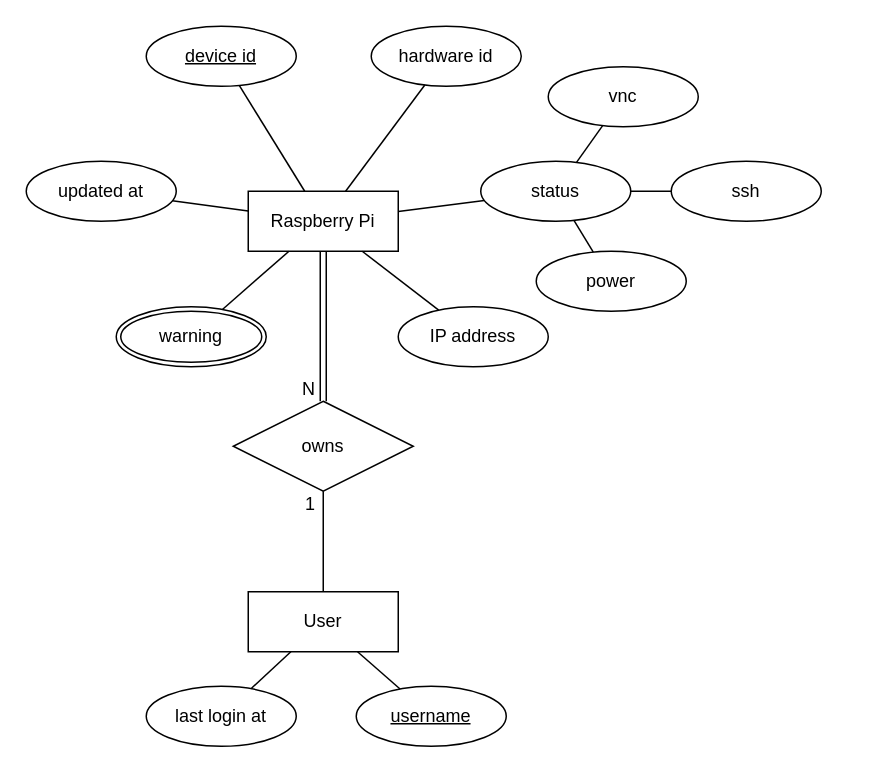
B-McDonnell/autopi keeps this draw.io diagram as docs/diagrams/erd.drawio. Above is the earlier version. Source tidied: cells renumbered, new cells numbered last; positions are measured from the earlier drawing's top-left corner, leaving out a move shared by most shapes. Both pictures are drawn from the tidied source at 150%, with x=0, y=0 at pixel (26, 26).
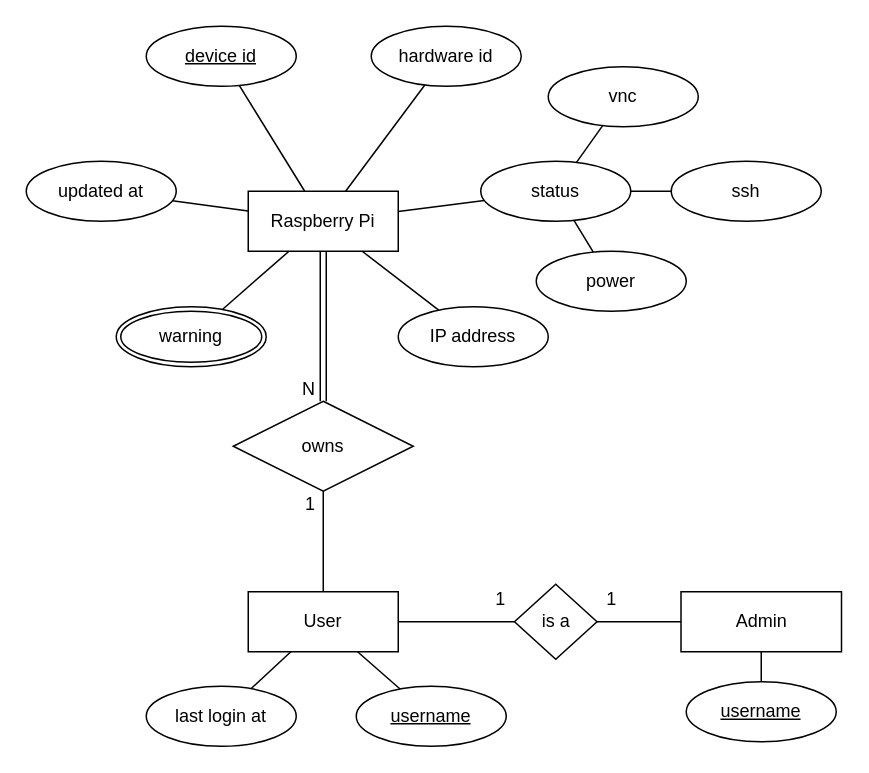
The same page after the edit.

Commit message:
Update ERD diagram

The change refers to these unchanged cells:
```xml
<mxCell id="3" value="User" style="whiteSpace=wrap;html=1;align=center;" parent="1" vertex="1">
  <mxGeometry x="148" y="377" width="100" height="40" as="geometry" />
</mxCell>
```

What changed in the source:
```diff
@@
+    <mxCell id="31" value="Admin" style="rounded=0;whiteSpace=wrap;html=1;" parent="1" vertex="1">
+      <mxGeometry x="436.5" y="377" width="107" height="40" as="geometry" />
+    </mxCell>
+    <mxCell id="32" value="username" style="ellipse;whiteSpace=wrap;html=1;align=center;fontStyle=4;" parent="1" vertex="1">
+      <mxGeometry x="440" y="437" width="100" height="40" as="geometry" />
+    </mxCell>
+    <mxCell id="33" style="endArrow=none;html=1;entryX=0.5;entryY=1;entryDx=0;entryDy=0;exitX=0.5;exitY=0;exitDx=0;exitDy=0;" parent="1" edge="1" source="32" target="31">
+      <mxGeometry relative="1" as="geometry" />
+    </mxCell>
+    <mxCell id="34" style="edgeStyle=orthogonalEdgeStyle;rounded=0;jettySize=auto;html=1;exitX=1;exitY=0.5;exitDx=0;exitDy=0;entryX=0;entryY=0.5;entryDx=0;entryDy=0;endArrow=none;endFill=0;" parent="1" edge="1" source="36" target="31">
+      <mxGeometry relative="1" as="geometry" />
+    </mxCell>
+    <mxCell id="35" style="edgeStyle=orthogonalEdgeStyle;rounded=0;jettySize=auto;html=1;exitX=0;exitY=0.5;exitDx=0;exitDy=0;entryX=1;entryY=0.5;entryDx=0;entryDy=0;endArrow=none;endFill=0;" parent="1" edge="1" source="36" target="3">
+      <mxGeometry relative="1" as="geometry" />
+    </mxCell>
+    <mxCell id="36" value="is a" style="shape=rhombus;perimeter=rhombusPerimeter;whiteSpace=wrap;html=1;align=center;" parent="1" vertex="1">
+      <mxGeometry x="325.5" y="372" width="55" height="50" as="geometry" />
+    </mxCell>
+    <mxCell id="37" value="1" style="text;html=1;align=center;verticalAlign=middle;strokeColor=none;" parent="1" vertex="1">
+      <mxGeometry x="380" y="372" width="20" height="20" as="geometry" />
+    </mxCell>
+    <mxCell id="38" value="1" style="text;html=1;align=center;verticalAlign=middle;strokeColor=none;" parent="1" vertex="1">
+      <mxGeometry x="305.5" y="372" width="20" height="20" as="geometry" />
+    </mxCell>
```
